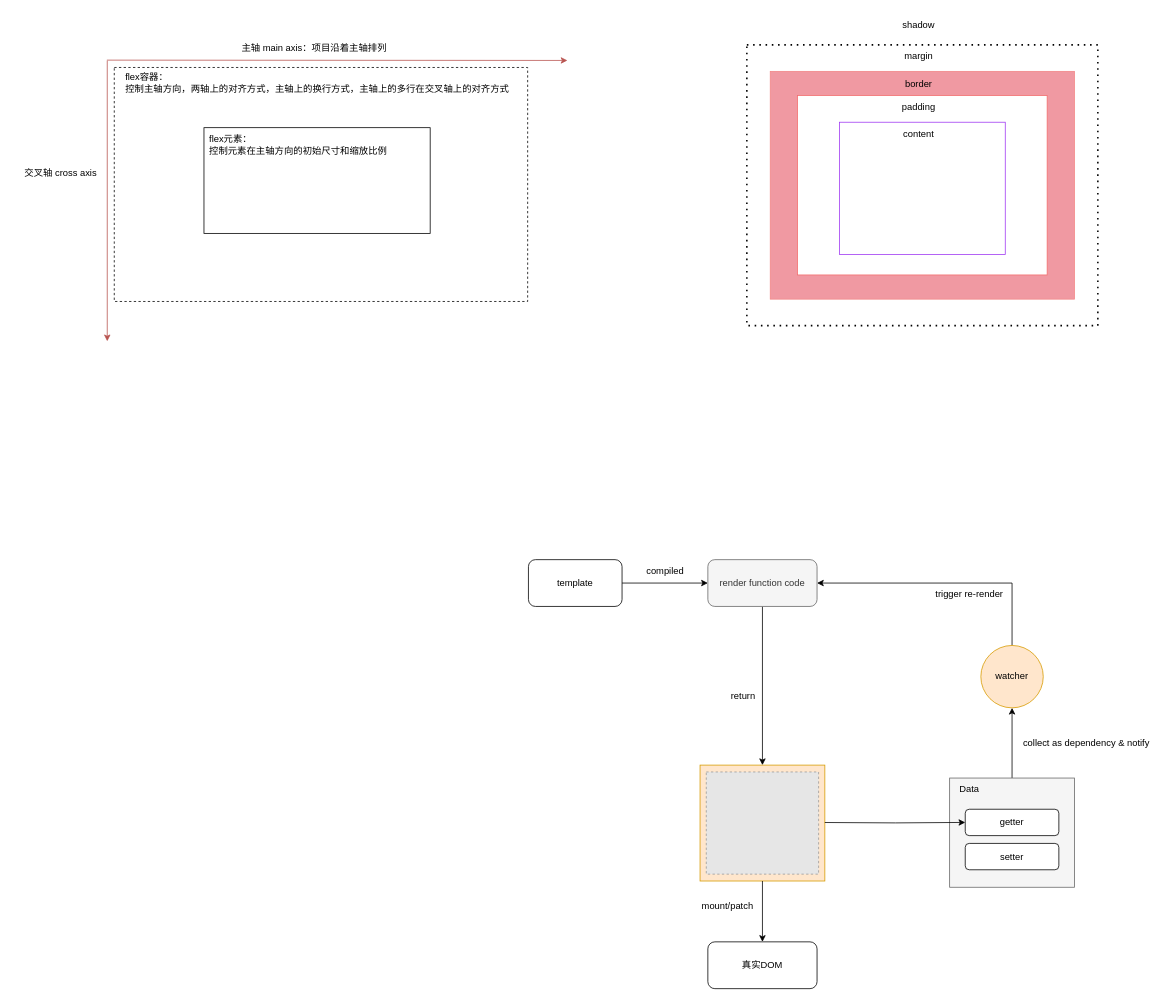
Above: front_end.drawio in tearsmoon/drawio (draw.io), before the change. Source tidied: cells renumbered, new cells numbered last; positions are measured from the earlier drawing's top-left corner, leaving out a move shared by most shapes. Both pictures are drawn from the tidied source at 78%, with x=0, y=0 at pixel (13, 13). Pictures stored in the file or linked from it are replaced by grey dashed boxes.
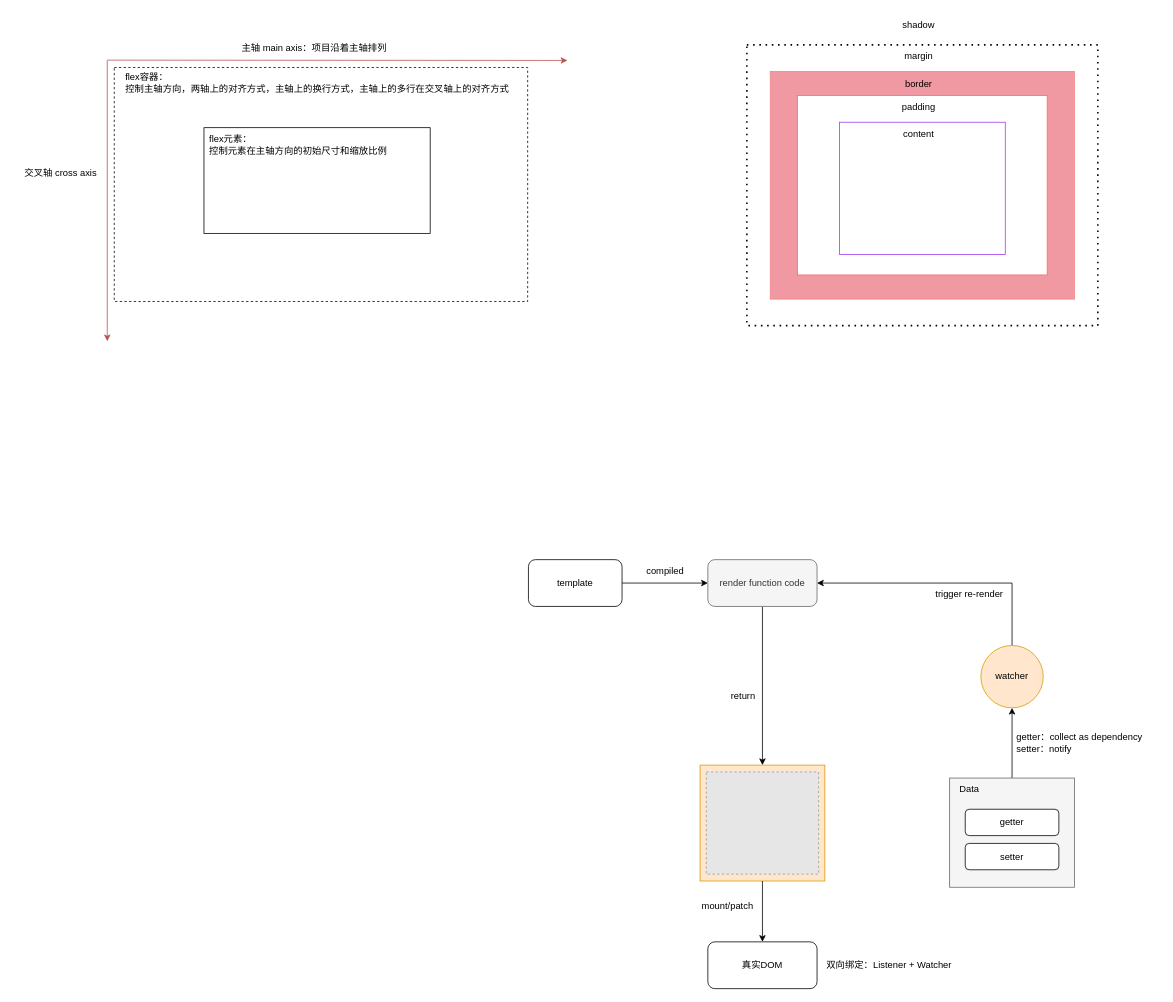
Above is the later version.

Unchanged cells that the change refers to:
```xml
<mxCell id="22" value="getter" style="rounded=1;whiteSpace=wrap;html=1;" parent="1" vertex="1">
  <mxGeometry x="1220" y="1020" width="120" height="33.8" as="geometry" />
</mxCell>
```

The edit, as a diff of the source:
```diff
@@
-    <mxCell id="15" style="edgeStyle=orthogonalEdgeStyle;rounded=0;jettySize=auto;html=1;entryX=0;entryY=0.5;entryDx=0;entryDy=0;" parent="1" edge="1" target="22">
-      <mxGeometry relative="1" as="geometry">
-        <mxPoint x="1040" y="1037" as="sourcePoint" />
-      </mxGeometry>
-    </mxCell>
@@
-    <mxCell id="24" value="collect as dependency &amp;amp; notify" style="text;html=1;align=center;verticalAlign=middle;strokeColor=none;fillColor=none;" parent="1" vertex="1">
-      <mxGeometry x="1280" y="920" width="190" height="30" as="geometry" />
-    </mxCell>
@@
+    <mxCell id="40" value="getter：collect as dependency&lt;br&gt;setter：notify" style="text;html=1;align=left;verticalAlign=middle;strokeColor=none;fillColor=none;" parent="1" vertex="1">
+      <mxGeometry x="1284" y="915" width="180" height="40" as="geometry" />
+    </mxCell>
+    <mxCell id="41" value="双向绑定：Listener + Watcher" style="text;html=1;align=center;verticalAlign=middle;strokeColor=none;fillColor=none;" parent="1" vertex="1">
+      <mxGeometry x="1032" y="1205" width="180" height="30" as="geometry" />
+    </mxCell>
```
